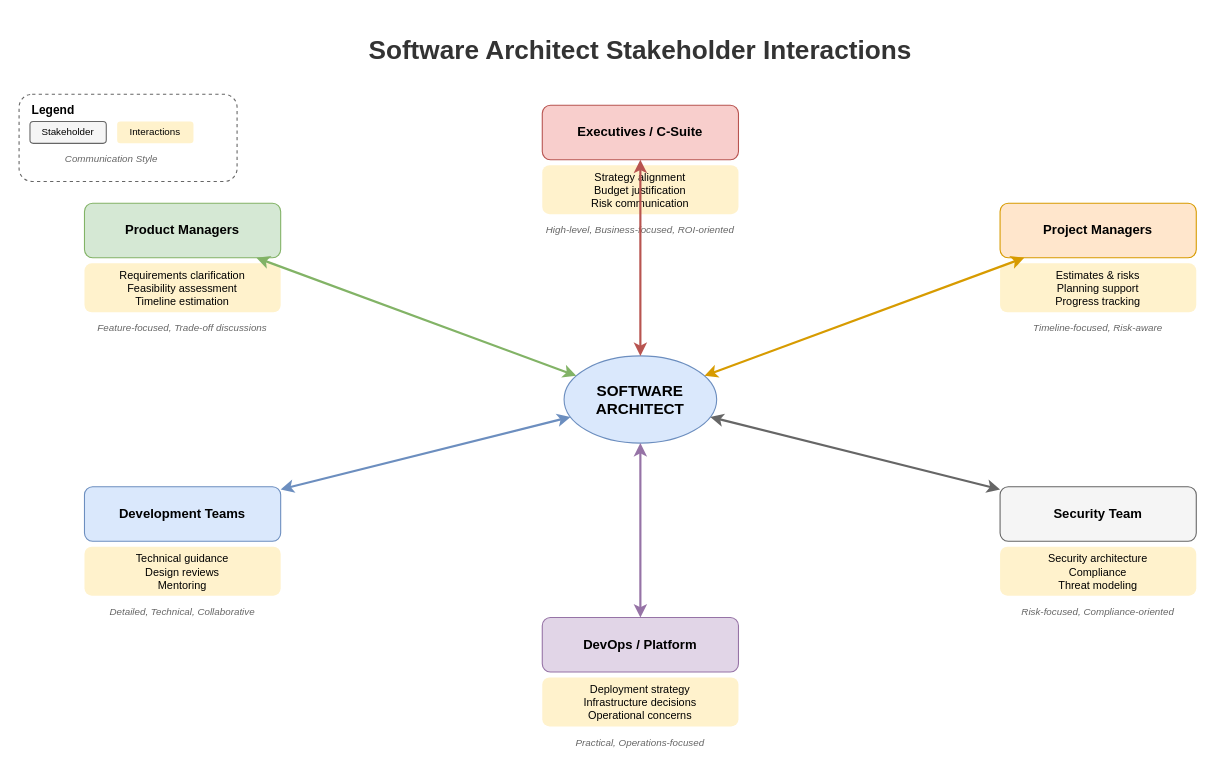
MrParkerZ7/document-lesson-software-architect-x-claude keeps this draw.io diagram as lesson-00-software-architect-overview/diagrams/1.5-stakeholder-interactions.drawio. Above is the earlier version. Source tidied: cells renumbered, new cells numbered last; positions are measured from the earlier drawing's top-left corner, leaving out a move shared by most shapes. Both pictures are drawn from the tidied source at 109%, with x=0, y=0 at pixel (19, 28).
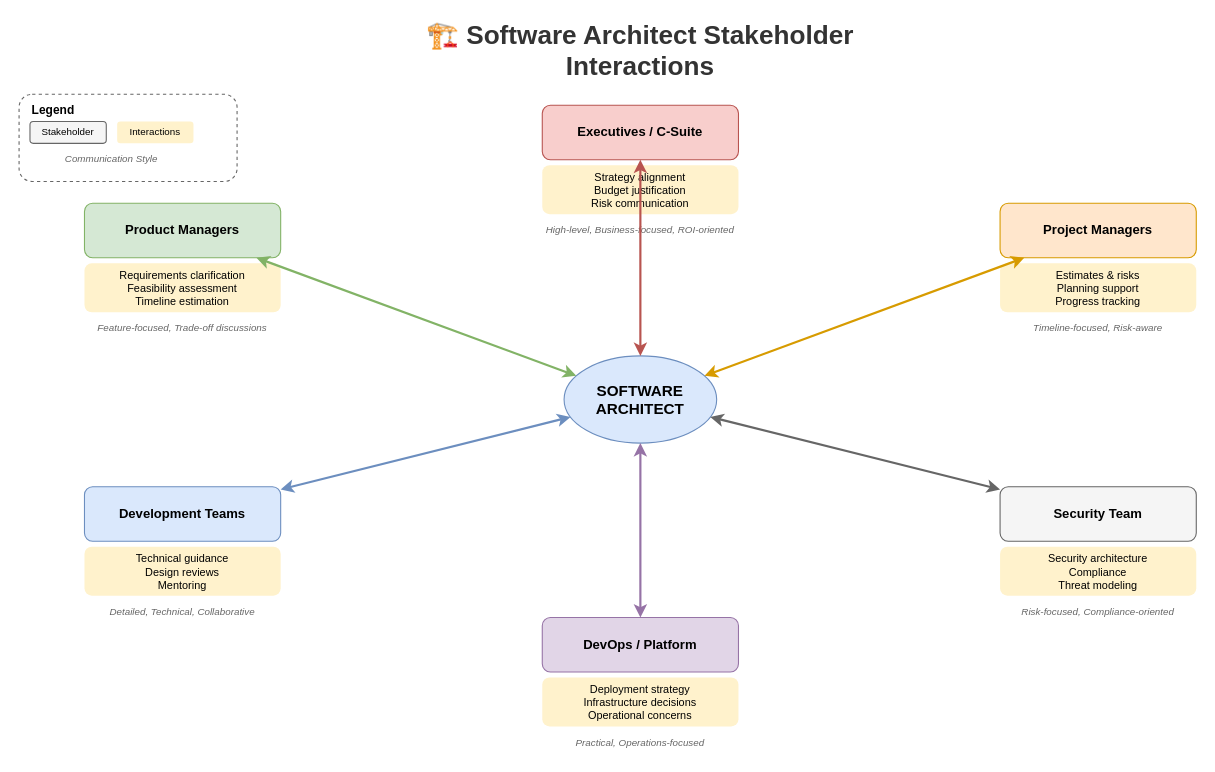
The same diagram, later.

The edit, as a diff of the source:
```diff
@@
-    <mxCell id="2" value="Software Architect Stakeholder Interactions" style="text;html=1;strokeColor=none;fillColor=none;align=center;verticalAlign=middle;whiteSpace=wrap;rounded=0;fontSize=24;fontStyle=1;fontColor=#333333;" parent="1" vertex="1">
+    <mxCell id="2" value="🏗️ Software Architect Stakeholder Interactions" style="text;html=1;strokeColor=none;fillColor=none;align=center;verticalAlign=middle;whiteSpace=wrap;rounded=0;fontSize=24;fontStyle=1;fontColor=#333333;" parent="1" vertex="1">
       <mxGeometry x="320" width="500" height="40" as="geometry" />
     </mxCell>
```
